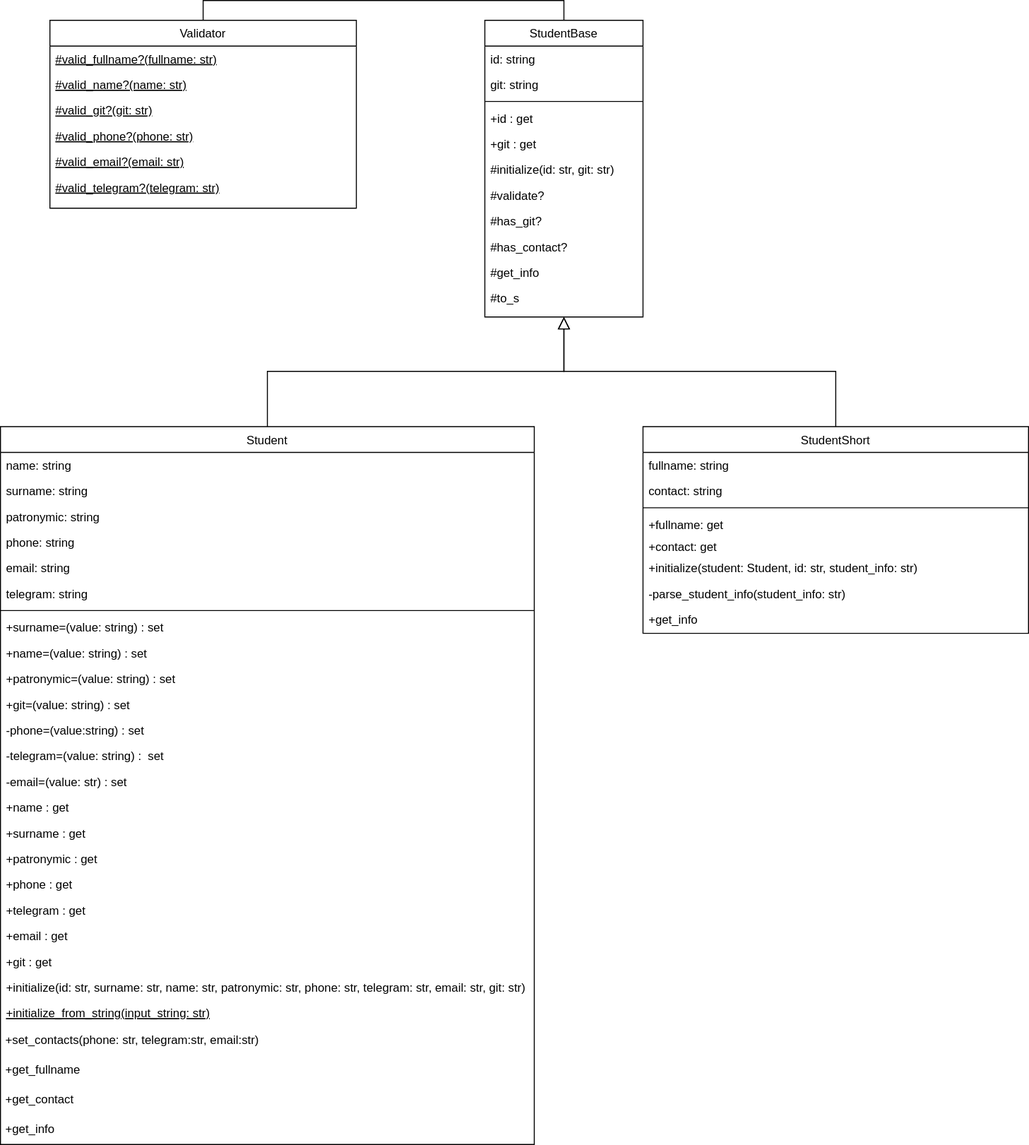
NoidHuma/programming_patterns keeps this draw.io diagram as students/diagrams/students.svg. Above is the earlier version. Source tidied: cells renumbered, new cells last; positions are measured from the earlier drawing's top-left corner, leaving out a move shared by most shapes.
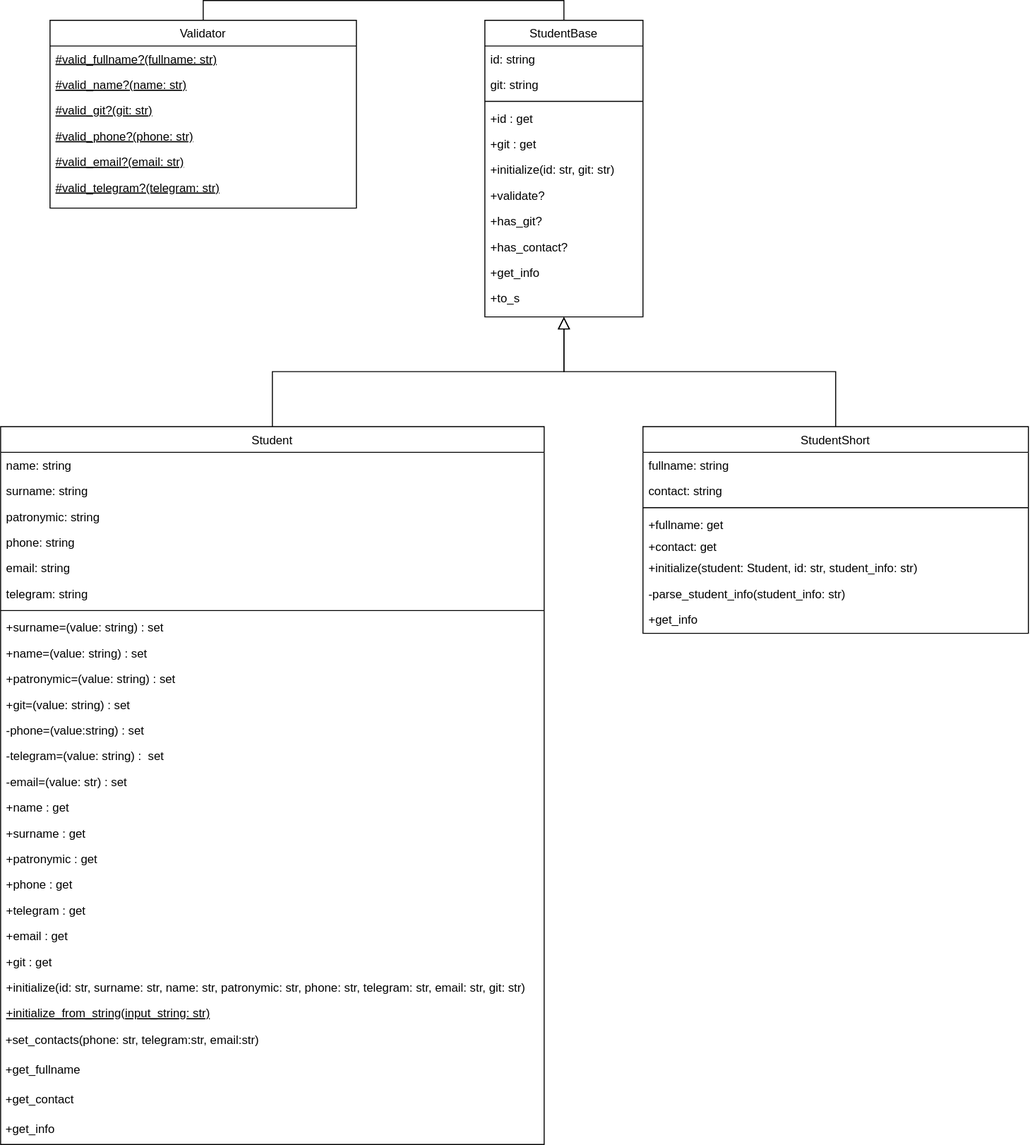
The same diagram one commit later.

Commit message:
edit diagramm replace grid with plus

Diff of the diagram source:
```diff
@@ -20,107 +20,107 @@
     <mxCell id="7" value="+git : get" style="text;align=left;verticalAlign=top;spacingLeft=4;spacingRight=4;overflow=hidden;" parent="2" vertex="1">
       <mxGeometry y="112" width="160" height="26" as="geometry" />
     </mxCell>
-    <mxCell id="8" value="#initialize(id: str, git: str)" style="text;align=left;verticalAlign=top;spacingLeft=4;spacingRight=4;overflow=hidden;" parent="2" vertex="1">
+    <mxCell id="8" value="+initialize(id: str, git: str)" style="text;align=left;verticalAlign=top;spacingLeft=4;spacingRight=4;overflow=hidden;" parent="2" vertex="1">
       <mxGeometry y="138" width="160" height="26" as="geometry" />
     </mxCell>
-    <mxCell id="9" value="#validate?" style="text;align=left;verticalAlign=top;spacingLeft=4;spacingRight=4;overflow=hidden;" parent="2" vertex="1">
+    <mxCell id="9" value="+validate?" style="text;align=left;verticalAlign=top;spacingLeft=4;spacingRight=4;overflow=hidden;" parent="2" vertex="1">
       <mxGeometry y="164" width="160" height="26" as="geometry" />
     </mxCell>
-    <mxCell id="10" value="#has_git?" style="text;align=left;verticalAlign=top;spacingLeft=4;spacingRight=4;overflow=hidden;" parent="2" vertex="1">
+    <mxCell id="10" value="+has_git?" style="text;align=left;verticalAlign=top;spacingLeft=4;spacingRight=4;overflow=hidden;" parent="2" vertex="1">
       <mxGeometry y="190" width="160" height="26" as="geometry" />
     </mxCell>
-    <mxCell id="11" value="#has_contact?" style="text;align=left;verticalAlign=top;spacingLeft=4;spacingRight=4;overflow=hidden;" parent="2" vertex="1">
+    <mxCell id="11" value="+has_contact?" style="text;align=left;verticalAlign=top;spacingLeft=4;spacingRight=4;overflow=hidden;" parent="2" vertex="1">
       <mxGeometry y="216" width="160" height="26" as="geometry" />
     </mxCell>
-    <mxCell id="12" value="#get_info" style="text;align=left;verticalAlign=top;spacingLeft=4;spacingRight=4;overflow=hidden;" parent="2" vertex="1">
+    <mxCell id="12" value="+get_info" style="text;align=left;verticalAlign=top;spacingLeft=4;spacingRight=4;overflow=hidden;" parent="2" vertex="1">
       <mxGeometry y="242" width="160" height="26" as="geometry" />
     </mxCell>
-    <mxCell id="13" value="#to_s" style="text;align=left;verticalAlign=top;spacingLeft=4;spacingRight=4;overflow=hidden;" parent="2" vertex="1">
+    <mxCell id="13" value="+to_s" style="text;align=left;verticalAlign=top;spacingLeft=4;spacingRight=4;overflow=hidden;" parent="2" vertex="1">
       <mxGeometry y="268" width="160" height="26" as="geometry" />
     </mxCell>
     <mxCell id="14" value="Student" style="swimlane;fontStyle=0;align=center;verticalAlign=top;horizontal=1;startSize=26;rounded=0;shadow=0;strokeWidth=1;" parent="1" vertex="1">
-      <mxGeometry y="411" width="540" height="726" as="geometry" />
+      <mxGeometry y="411" width="550" height="726" as="geometry" />
     </mxCell>
     <mxCell id="15" value="name: string" style="text;align=left;verticalAlign=top;spacingLeft=4;spacingRight=4;overflow=hidden;" parent="14" vertex="1">
-      <mxGeometry y="26" width="540" height="26" as="geometry" />
+      <mxGeometry y="26" width="550" height="26" as="geometry" />
     </mxCell>
     <mxCell id="16" value="surname: string" style="text;align=left;verticalAlign=top;spacingLeft=4;spacingRight=4;overflow=hidden;rounded=0;shadow=0;html=0;" parent="14" vertex="1">
-      <mxGeometry y="52" width="540" height="26" as="geometry" />
+      <mxGeometry y="52" width="550" height="26" as="geometry" />
     </mxCell>
     <mxCell id="17" value="patronymic: string" style="text;align=left;verticalAlign=top;spacingLeft=4;spacingRight=4;overflow=hidden;rounded=0;shadow=0;html=0;" parent="14" vertex="1">
-      <mxGeometry y="78" width="540" height="26" as="geometry" />
+      <mxGeometry y="78" width="550" height="26" as="geometry" />
     </mxCell>
     <mxCell id="18" value="phone: string" style="text;align=left;verticalAlign=top;spacingLeft=4;spacingRight=4;overflow=hidden;rounded=0;shadow=0;html=0;" parent="14" vertex="1">
-      <mxGeometry y="104" width="540" height="26" as="geometry" />
+      <mxGeometry y="104" width="550" height="26" as="geometry" />
     </mxCell>
     <mxCell id="19" value="email: string" style="text;align=left;verticalAlign=top;spacingLeft=4;spacingRight=4;overflow=hidden;rounded=0;shadow=0;html=0;" parent="14" vertex="1">
-      <mxGeometry y="130" width="540" height="26" as="geometry" />
+      <mxGeometry y="130" width="550" height="26" as="geometry" />
     </mxCell>
     <mxCell id="20" value="telegram: string" style="text;align=left;verticalAlign=top;spacingLeft=4;spacingRight=4;overflow=hidden;rounded=0;shadow=0;html=0;" parent="14" vertex="1">
-      <mxGeometry y="156" width="540" height="26" as="geometry" />
+      <mxGeometry y="156" width="550" height="26" as="geometry" />
     </mxCell>
     <mxCell id="21" style="line;html=1;strokeWidth=1;align=left;verticalAlign=middle;spacingTop=-1;spacingLeft=3;spacingRight=3;labelPosition=right;" parent="14" vertex="1">
-      <mxGeometry y="182" width="540" height="8" as="geometry" />
+      <mxGeometry y="182" width="550" height="8" as="geometry" />
     </mxCell>
     <mxCell id="22" value="+surname=(value: string) : set" style="text;align=left;verticalAlign=top;spacingLeft=4;spacingRight=4;overflow=hidden;" parent="14" vertex="1">
-      <mxGeometry y="190" width="540" height="26" as="geometry" />
+      <mxGeometry y="190" width="550" height="26" as="geometry" />
     </mxCell>
     <mxCell id="23" value="+name=(value: string) : set" style="text;align=left;verticalAlign=top;spacingLeft=4;spacingRight=4;overflow=hidden;" parent="14" vertex="1">
-      <mxGeometry y="216" width="540" height="26" as="geometry" />
+      <mxGeometry y="216" width="550" height="26" as="geometry" />
     </mxCell>
     <mxCell id="24" value="+patronymic=(value: string) : set" style="text;align=left;verticalAlign=top;spacingLeft=4;spacingRight=4;overflow=hidden;" parent="14" vertex="1">
-      <mxGeometry y="242" width="540" height="26" as="geometry" />
+      <mxGeometry y="242" width="550" height="26" as="geometry" />
     </mxCell>
     <mxCell id="25" value="+git=(value: string) : set" style="text;align=left;verticalAlign=top;spacingLeft=4;spacingRight=4;overflow=hidden;" parent="14" vertex="1">
-      <mxGeometry y="268" width="540" height="26" as="geometry" />
+      <mxGeometry y="268" width="550" height="26" as="geometry" />
     </mxCell>
     <mxCell id="26" value="-phone=(value:string) : set" style="text;align=left;verticalAlign=top;spacingLeft=4;spacingRight=4;overflow=hidden;" parent="14" vertex="1">
-      <mxGeometry y="294" width="540" height="26" as="geometry" />
+      <mxGeometry y="294" width="550" height="26" as="geometry" />
     </mxCell>
     <mxCell id="27" value="-telegram=(value: string) :  set" style="text;align=left;verticalAlign=top;spacingLeft=4;spacingRight=4;overflow=hidden;" parent="14" vertex="1">
-      <mxGeometry y="320" width="540" height="26" as="geometry" />
+      <mxGeometry y="320" width="550" height="26" as="geometry" />
     </mxCell>
     <mxCell id="28" value="-email=(value: str) : set" style="text;align=left;verticalAlign=top;spacingLeft=4;spacingRight=4;overflow=hidden;" parent="14" vertex="1">
-      <mxGeometry y="346" width="540" height="26" as="geometry" />
+      <mxGeometry y="346" width="550" height="26" as="geometry" />
     </mxCell>
     <mxCell id="29" value="+name : get" style="text;align=left;verticalAlign=top;spacingLeft=4;spacingRight=4;overflow=hidden;" parent="14" vertex="1">
-      <mxGeometry y="372" width="540" height="26" as="geometry" />
+      <mxGeometry y="372" width="550" height="26" as="geometry" />
     </mxCell>
     <mxCell id="30" value="+surname : get" style="text;align=left;verticalAlign=top;spacingLeft=4;spacingRight=4;overflow=hidden;" parent="14" vertex="1">
-      <mxGeometry y="398" width="540" height="26" as="geometry" />
+      <mxGeometry y="398" width="550" height="26" as="geometry" />
     </mxCell>
     <mxCell id="31" value="+patronymic : get" style="text;align=left;verticalAlign=top;spacingLeft=4;spacingRight=4;overflow=hidden;" parent="14" vertex="1">
-      <mxGeometry y="424" width="540" height="26" as="geometry" />
+      <mxGeometry y="424" width="550" height="26" as="geometry" />
     </mxCell>
     <mxCell id="32" value="+phone : get" style="text;align=left;verticalAlign=top;spacingLeft=4;spacingRight=4;overflow=hidden;" parent="14" vertex="1">
-      <mxGeometry y="450" width="540" height="26" as="geometry" />
+      <mxGeometry y="450" width="550" height="26" as="geometry" />
     </mxCell>
     <mxCell id="33" value="+telegram : get" style="text;align=left;verticalAlign=top;spacingLeft=4;spacingRight=4;overflow=hidden;" parent="14" vertex="1">
-      <mxGeometry y="476" width="540" height="26" as="geometry" />
+      <mxGeometry y="476" width="550" height="26" as="geometry" />
     </mxCell>
     <mxCell id="34" value="+email : get" style="text;align=left;verticalAlign=top;spacingLeft=4;spacingRight=4;overflow=hidden;" parent="14" vertex="1">
-      <mxGeometry y="502" width="540" height="26" as="geometry" />
+      <mxGeometry y="502" width="550" height="26" as="geometry" />
     </mxCell>
     <mxCell id="35" value="+git : get" style="text;align=left;verticalAlign=top;spacingLeft=4;spacingRight=4;overflow=hidden;" parent="14" vertex="1">
-      <mxGeometry y="528" width="540" height="26" as="geometry" />
+      <mxGeometry y="528" width="550" height="26" as="geometry" />
     </mxCell>
     <mxCell id="36" value="+initialize(id: str, surname: str, name: str, patronymic: str, phone: str, telegram: str, email: str, git: str)" style="text;align=left;verticalAlign=top;spacingLeft=4;spacingRight=4;overflow=hidden;" parent="14" vertex="1">
-      <mxGeometry y="554" width="540" height="26" as="geometry" />
+      <mxGeometry y="554" width="550" height="26" as="geometry" />
     </mxCell>
     <mxCell id="37" value="+initialize_from_string(input_string: str)" style="text;align=left;verticalAlign=top;spacingLeft=4;spacingRight=4;overflow=hidden;fontStyle=4;" parent="14" vertex="1">
-      <mxGeometry y="580" width="540" height="26" as="geometry" />
+      <mxGeometry y="580" width="550" height="26" as="geometry" />
     </mxCell>
     <mxCell id="38" value="&amp;nbsp;+set_contacts(phone: str, telegram:str, email:str)" style="text;html=1;align=left;verticalAlign=middle;whiteSpace=wrap;rounded=0;" parent="14" vertex="1">
-      <mxGeometry y="606" width="540" height="30" as="geometry" />
+      <mxGeometry y="606" width="550" height="30" as="geometry" />
     </mxCell>
     <mxCell id="39" value="&amp;nbsp;+get_fullname" style="text;html=1;align=left;verticalAlign=middle;whiteSpace=wrap;rounded=0;" parent="14" vertex="1">
-      <mxGeometry y="636" width="540" height="30" as="geometry" />
+      <mxGeometry y="636" width="550" height="30" as="geometry" />
     </mxCell>
     <mxCell id="40" value="&amp;nbsp;+get_contact" style="text;html=1;align=left;verticalAlign=middle;whiteSpace=wrap;rounded=0;" parent="14" vertex="1">
-      <mxGeometry y="666" width="540" height="30" as="geometry" />
+      <mxGeometry y="666" width="550" height="30" as="geometry" />
     </mxCell>
     <mxCell id="41" value="&amp;nbsp;+get_info" style="text;html=1;align=left;verticalAlign=middle;whiteSpace=wrap;rounded=0;" parent="14" vertex="1">
-      <mxGeometry y="696" width="540" height="30" as="geometry" />
+      <mxGeometry y="696" width="550" height="30" as="geometry" />
     </mxCell>
     <mxCell id="42" style="endArrow=block;endSize=10;endFill=0;shadow=0;strokeWidth=1;rounded=0;edgeStyle=elbowEdgeStyle;elbow=vertical;" parent="1" edge="1" source="14" target="2">
       <mxGeometry relative="1" as="geometry" />
```
